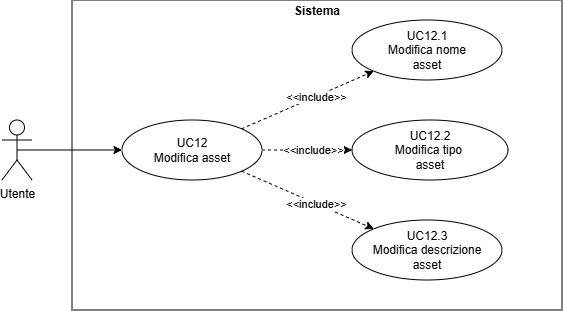
Earlier version of the draw.io export src/images/diagrammiUML/UC-12.png (CoderiusGroup/Documentazione). Source tidied: cells renumbered, new cells last; positions are measured from the earlier drawing's top-left corner, leaving out a move shared by most shapes.
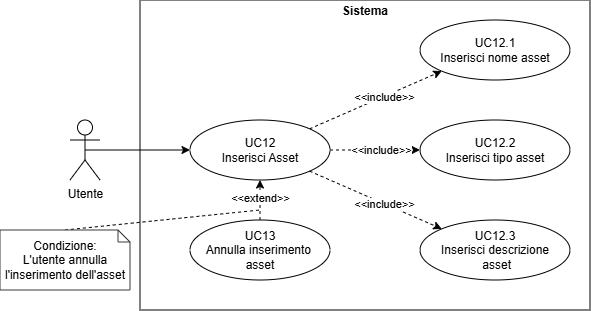
Above is the later version.

What changed in the source:
```diff
@@ -3,43 +3,60 @@
     <mxCell id="0" />
     <mxCell id="1" parent="0" />
     <mxCell id="2" value="&lt;p style=&quot;margin:0px;margin-top:4px;text-align:center;&quot;&gt;&lt;b&gt;Sistema&lt;/b&gt;&lt;/p&gt;" style="verticalAlign=top;align=left;overflow=fill;html=1;whiteSpace=wrap;fontColor=#000000;" parent="1" vertex="1">
-      <mxGeometry x="70" width="490" height="310" as="geometry" />
+      <mxGeometry x="70" width="450" height="310" as="geometry" />
     </mxCell>
-    <mxCell id="3" style="edgeStyle=orthogonalEdgeStyle;rounded=0;jettySize=auto;html=1;exitX=0.5;exitY=0.5;exitDx=0;exitDy=0;exitPerimeter=0;entryX=0;entryY=0.5;entryDx=0;entryDy=0;" parent="1" edge="1" source="4" target="7">
-      <mxGeometry relative="1" as="geometry" />
-    </mxCell>
+    <mxCell id="15" style="edgeStyle=orthogonalEdgeStyle;rounded=0;jettySize=auto;html=1;exitX=0.5;exitY=0.5;exitDx=0;exitDy=0;exitPerimeter=0;entryX=0;entryY=0.5;entryDx=0;entryDy=0;" parent="1" edge="1" source="4" target="18">
+      <mxGeometry relative="1" as="geometry" />
+    </mxCell>
     <mxCell id="4" value="Utente" style="shape=umlActor;verticalLabelPosition=bottom;verticalAlign=top;html=1;outlineConnect=0;" parent="1" vertex="1">
       <mxGeometry y="120" width="30" height="60" as="geometry" />
     </mxCell>
-    <mxCell id="5" style="rounded=0;jettySize=auto;html=1;exitX=1;exitY=0;exitDx=0;exitDy=0;entryX=0;entryY=1;entryDx=0;entryDy=0;dashed=1;endArrow=classic;endFill=1;" parent="1" edge="1" source="7" target="8">
-      <mxGeometry relative="1" as="geometry" />
-    </mxCell>
-    <mxCell id="6" value="&amp;lt;&amp;lt;include&amp;gt;&amp;gt;" style="edgeLabel;html=1;align=center;verticalAlign=middle;" parent="5" vertex="1">
-      <mxGeometry x="0.13" relative="1" as="geometry" />
-    </mxCell>
-    <mxCell id="7" value="UC12&lt;div&gt;Modifica asset&lt;/div&gt;" style="ellipse;html=1;whiteSpace=wrap;" parent="1" vertex="1">
-      <mxGeometry x="120" y="120" width="140" height="60" as="geometry" />
-    </mxCell>
-    <mxCell id="8" value="UC12.1&lt;div&gt;&lt;div&gt;Modifica nome&lt;/div&gt;&lt;div&gt;asset&lt;/div&gt;&lt;/div&gt;" style="ellipse;html=1;whiteSpace=wrap;" parent="1" vertex="1">
-      <mxGeometry x="350" y="20" width="150" height="60" as="geometry" />
-    </mxCell>
-    <mxCell id="9" value="UC12.2&lt;div&gt;&lt;div&gt;Modifica tipo&amp;nbsp;&lt;/div&gt;&lt;div&gt;asset&lt;/div&gt;&lt;/div&gt;" style="ellipse;html=1;whiteSpace=wrap;" parent="1" vertex="1">
-      <mxGeometry x="350" y="120" width="156" height="60" as="geometry" />
-    </mxCell>
-    <mxCell id="10" value="UC12.3&lt;div&gt;&lt;div&gt;Modifica descrizione&lt;/div&gt;&lt;div&gt;asset&lt;/div&gt;&lt;/div&gt;" style="ellipse;html=1;whiteSpace=wrap;" parent="1" vertex="1">
-      <mxGeometry x="350" y="220" width="150" height="60" as="geometry" />
-    </mxCell>
-    <mxCell id="11" style="rounded=0;jettySize=auto;html=1;exitX=1;exitY=0.5;exitDx=0;exitDy=0;entryX=0;entryY=0.5;entryDx=0;entryDy=0;dashed=1;endArrow=classic;endFill=1;" parent="1" edge="1" source="7" target="9">
-      <mxGeometry relative="1" as="geometry" />
-    </mxCell>
-    <mxCell id="12" value="&amp;lt;&amp;lt;include&amp;gt;&amp;gt;" style="edgeLabel;html=1;align=center;verticalAlign=middle;" parent="11" vertex="1">
-      <mxGeometry x="0.13" relative="1" as="geometry" />
-    </mxCell>
-    <mxCell id="13" style="rounded=0;jettySize=auto;html=1;exitX=1;exitY=1;exitDx=0;exitDy=0;entryX=0;entryY=0;entryDx=0;entryDy=0;dashed=1;endArrow=classic;endFill=1;" parent="1" edge="1" source="7" target="10">
-      <mxGeometry relative="1" as="geometry" />
-    </mxCell>
-    <mxCell id="14" value="&amp;lt;&amp;lt;include&amp;gt;&amp;gt;" style="edgeLabel;html=1;align=center;verticalAlign=middle;" parent="13" vertex="1">
-      <mxGeometry x="0.13" relative="1" as="geometry" />
-    </mxCell>
+    <mxCell id="16" style="rounded=0;jettySize=auto;html=1;exitX=1;exitY=0;exitDx=0;exitDy=0;entryX=0;entryY=1;entryDx=0;entryDy=0;dashed=1;endArrow=classic;endFill=1;" parent="1" edge="1" source="18" target="19">
+      <mxGeometry relative="1" as="geometry" />
+    </mxCell>
+    <mxCell id="17" value="&amp;lt;&amp;lt;include&amp;gt;&amp;gt;" style="edgeLabel;html=1;align=center;verticalAlign=middle;" parent="16" vertex="1">
+      <mxGeometry x="0.13" relative="1" as="geometry" />
+    </mxCell>
+    <mxCell id="18" value="UC12&lt;div&gt;Inserisci Asset&lt;/div&gt;" style="ellipse;html=1;whiteSpace=wrap;" parent="1" vertex="1">
+      <mxGeometry x="120" y="120" width="140" height="60" as="geometry" />
+    </mxCell>
+    <mxCell id="19" value="UC12.1&lt;div&gt;Inserisci nome asset&lt;/div&gt;" style="ellipse;html=1;whiteSpace=wrap;" parent="1" vertex="1">
+      <mxGeometry x="350" y="20" width="150" height="60" as="geometry" />
+    </mxCell>
+    <mxCell id="20" value="UC12.2&lt;div&gt;Inserisci tipo asset&lt;/div&gt;" style="ellipse;html=1;whiteSpace=wrap;" parent="1" vertex="1">
+      <mxGeometry x="350" y="120" width="150" height="60" as="geometry" />
+    </mxCell>
+    <mxCell id="21" value="UC12.3&lt;div&gt;Inserisci descrizione&lt;/div&gt;&lt;div&gt;&amp;nbsp;asset&lt;/div&gt;" style="ellipse;html=1;whiteSpace=wrap;" parent="1" vertex="1">
+      <mxGeometry x="350" y="220" width="150" height="60" as="geometry" />
+    </mxCell>
+    <mxCell id="22" style="rounded=0;jettySize=auto;html=1;exitX=1;exitY=0.5;exitDx=0;exitDy=0;entryX=0;entryY=0.5;entryDx=0;entryDy=0;dashed=1;endArrow=classic;endFill=1;" parent="1" edge="1" source="18" target="20">
+      <mxGeometry relative="1" as="geometry" />
+    </mxCell>
+    <mxCell id="23" value="&amp;lt;&amp;lt;include&amp;gt;&amp;gt;" style="edgeLabel;html=1;align=center;verticalAlign=middle;" parent="22" vertex="1">
+      <mxGeometry x="0.13" relative="1" as="geometry" />
+    </mxCell>
+    <mxCell id="24" style="rounded=0;jettySize=auto;html=1;exitX=1;exitY=1;exitDx=0;exitDy=0;entryX=0;entryY=0;entryDx=0;entryDy=0;dashed=1;endArrow=classic;endFill=1;" parent="1" edge="1" source="18" target="21">
+      <mxGeometry relative="1" as="geometry" />
+    </mxCell>
+    <mxCell id="25" value="&amp;lt;&amp;lt;include&amp;gt;&amp;gt;" style="edgeLabel;html=1;align=center;verticalAlign=middle;" parent="24" vertex="1">
+      <mxGeometry x="0.13" relative="1" as="geometry" />
+    </mxCell>
+    <mxCell id="26" value="UC13&lt;div&gt;Annulla inserimento&amp;nbsp;&lt;/div&gt;&lt;div&gt;asset&lt;/div&gt;" style="ellipse;html=1;whiteSpace=wrap;" parent="1" vertex="1">
+      <mxGeometry x="120" y="220" width="140" height="60" as="geometry" />
+    </mxCell>
+    <mxCell id="27" style="rounded=0;jettySize=auto;html=1;exitX=0.5;exitY=0;exitDx=0;exitDy=0;dashed=1;endArrow=classic;endFill=1;entryX=0.5;entryY=1;entryDx=0;entryDy=0;" parent="1" edge="1" source="26" target="18">
+      <mxGeometry relative="1" as="geometry" />
+    </mxCell>
+    <mxCell id="28" value="&amp;lt;&amp;lt;extend&amp;gt;&amp;gt;" style="edgeLabel;html=1;align=center;verticalAlign=middle;" parent="27" vertex="1">
+      <mxGeometry x="0.13" relative="1" as="geometry" />
+    </mxCell>
+    <mxCell id="29" style="rounded=0;jettySize=auto;html=1;exitX=0.5;exitY=0;exitDx=0;exitDy=0;exitPerimeter=0;dashed=1;endArrow=none;endFill=0;" parent="1" edge="1" source="30">
+      <mxGeometry relative="1" as="geometry">
+        <mxPoint x="190" y="210" as="targetPoint" />
+      </mxGeometry>
+    </mxCell>
+    <mxCell id="30" value="&lt;div&gt;Condizione:&lt;/div&gt;&lt;div&gt;L'utente annulla&lt;/div&gt;&lt;div&gt;l'inserimento dell'asset&lt;/div&gt;" style="shape=note;size=12;whiteSpace=wrap;html=1;fillColor=light-dark(#FFFFFF,#FEFFDD);strokeColor=#36393d;gradientColor=none;fillStyle=solid;fontColor=light-dark(#000000,#000000);labelBackgroundColor=none;" parent="1" vertex="1">
+      <mxGeometry x="-70" y="230" width="130" height="60" as="geometry" />
+    </mxCell>
   </root>
 </mxGraphModel>
```
